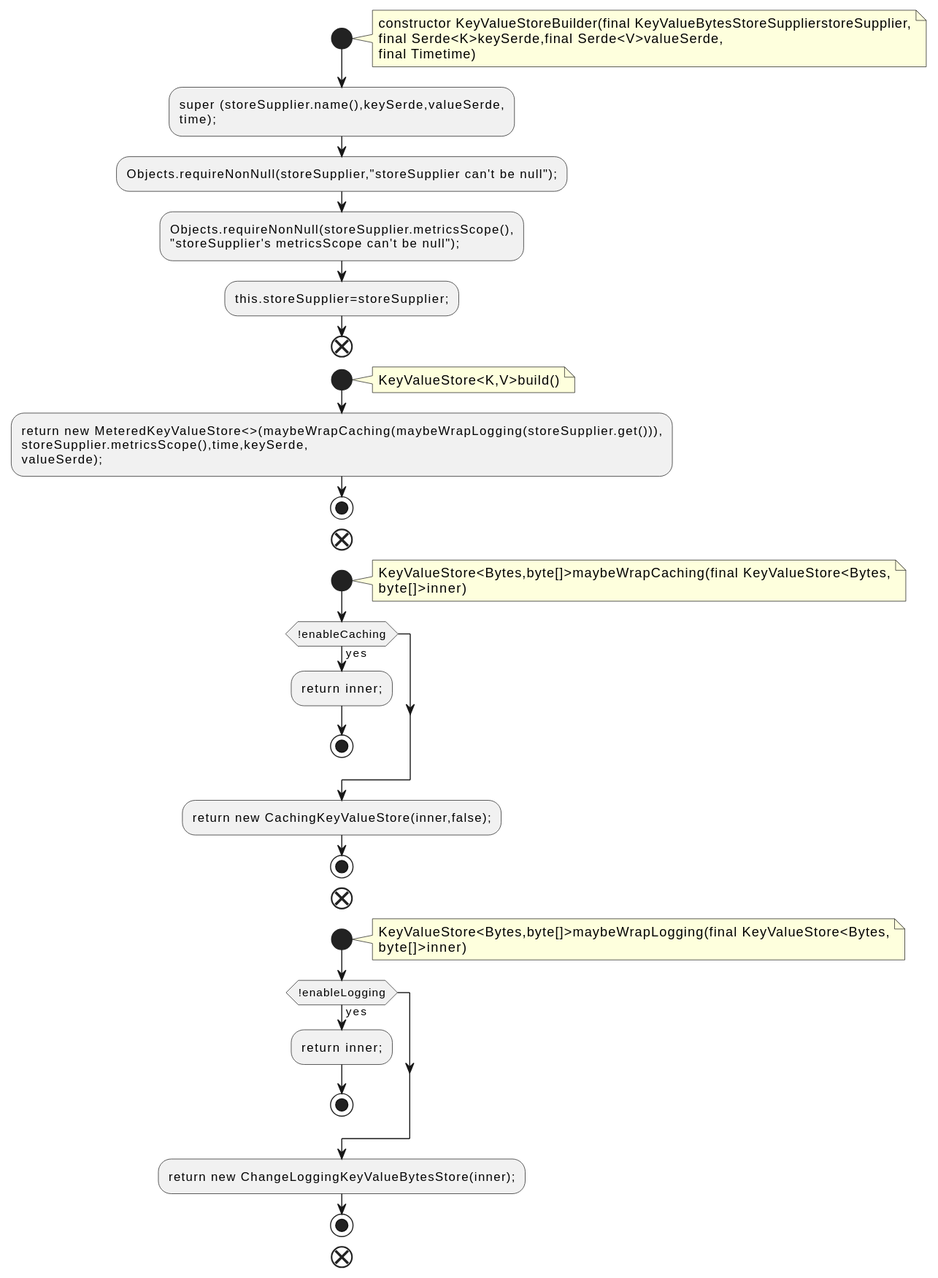
Earlier version of the PlantUML export docs/qc/streams/src/main/java/org/apache/kafka/streams/state/internals/KeyValueStoreBuilder.java.fct.svg (qualitesys/kafka).
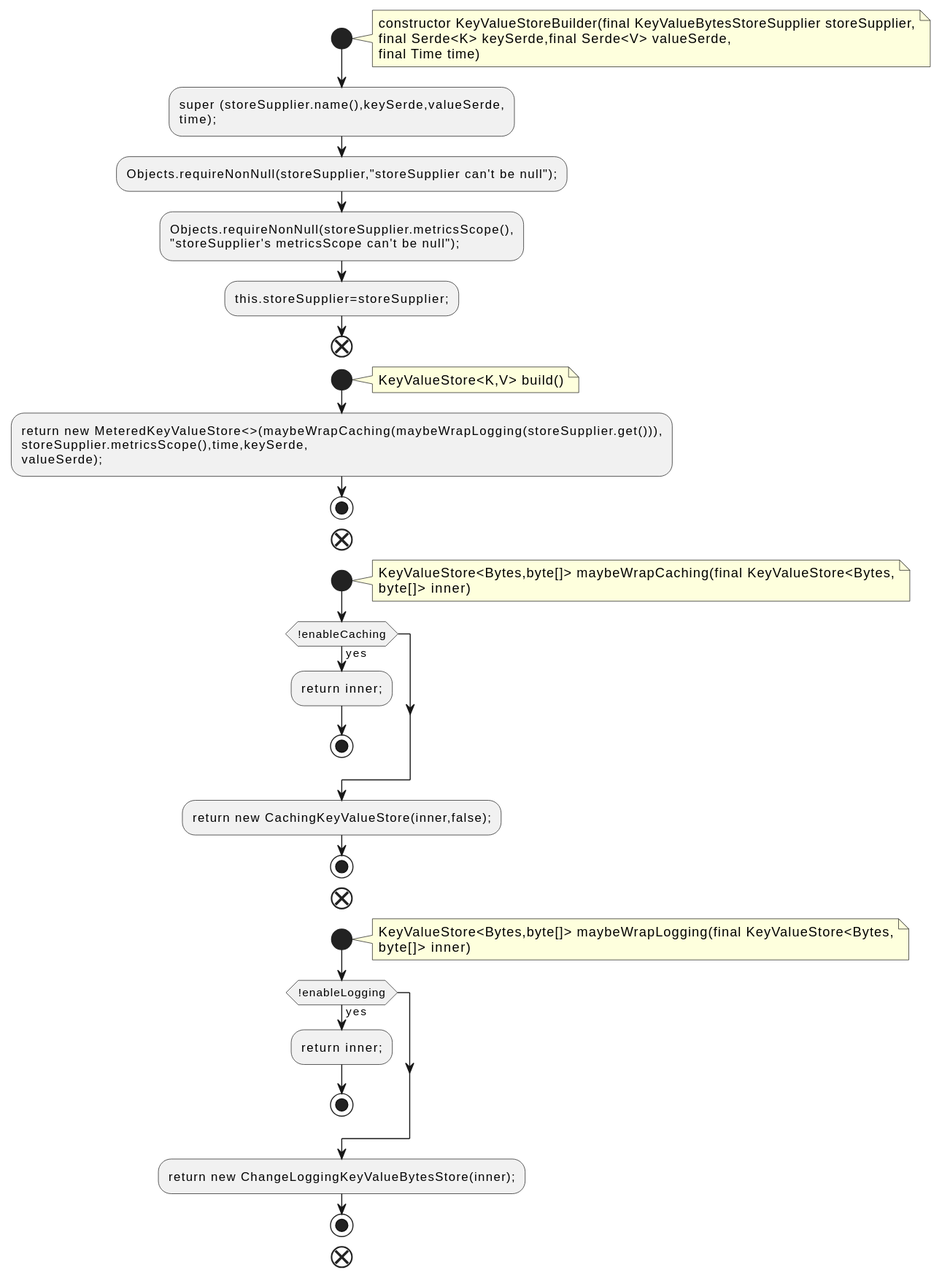
The same diagram one commit later.

Change to the diagram source:
```diff
@@ -2,9 +2,9 @@
 !pragma layout smetana
 start
 note right
-constructor KeyValueStoreBuilder(final KeyValueBytesStoreSupplierstoreSupplier,
-final Serde<K>keySerde,final Serde<V>valueSerde,
-final Timetime)
+constructor KeyValueStoreBuilder(final KeyValueBytesStoreSupplier storeSupplier,
+final Serde<K> keySerde,final Serde<V> valueSerde,
+final Time time)
 end note
 :super (storeSupplier.name(),keySerde,valueSerde,
 time);;
@@ -15,7 +15,7 @@
 end
 start
 note right
-KeyValueStore<K,V>build()
+KeyValueStore<K,V> build()
 end note
 :return new MeteredKeyValueStore<>(maybeWrapCaching(maybeWrapLogging(storeSupplier.get())),
 storeSupplier.metricsScope(),time,keySerde,
@@ -24,8 +24,8 @@
 end
 start
 note right
-KeyValueStore<Bytes,byte[]>maybeWrapCaching(final KeyValueStore<Bytes,
-byte[]>inner)
+KeyValueStore<Bytes,byte[]> maybeWrapCaching(final KeyValueStore<Bytes,
+byte[]> inner)
 end note
 if (!enableCaching) then (yes)
 :return inner;;
@@ -36,8 +36,8 @@
 end
 start
 note right
-KeyValueStore<Bytes,byte[]>maybeWrapLogging(final KeyValueStore<Bytes,
-byte[]>inner)
+KeyValueStore<Bytes,byte[]> maybeWrapLogging(final KeyValueStore<Bytes,
+byte[]> inner)
 end note
 if (!enableLogging) then (yes)
 :return inner;;
```
